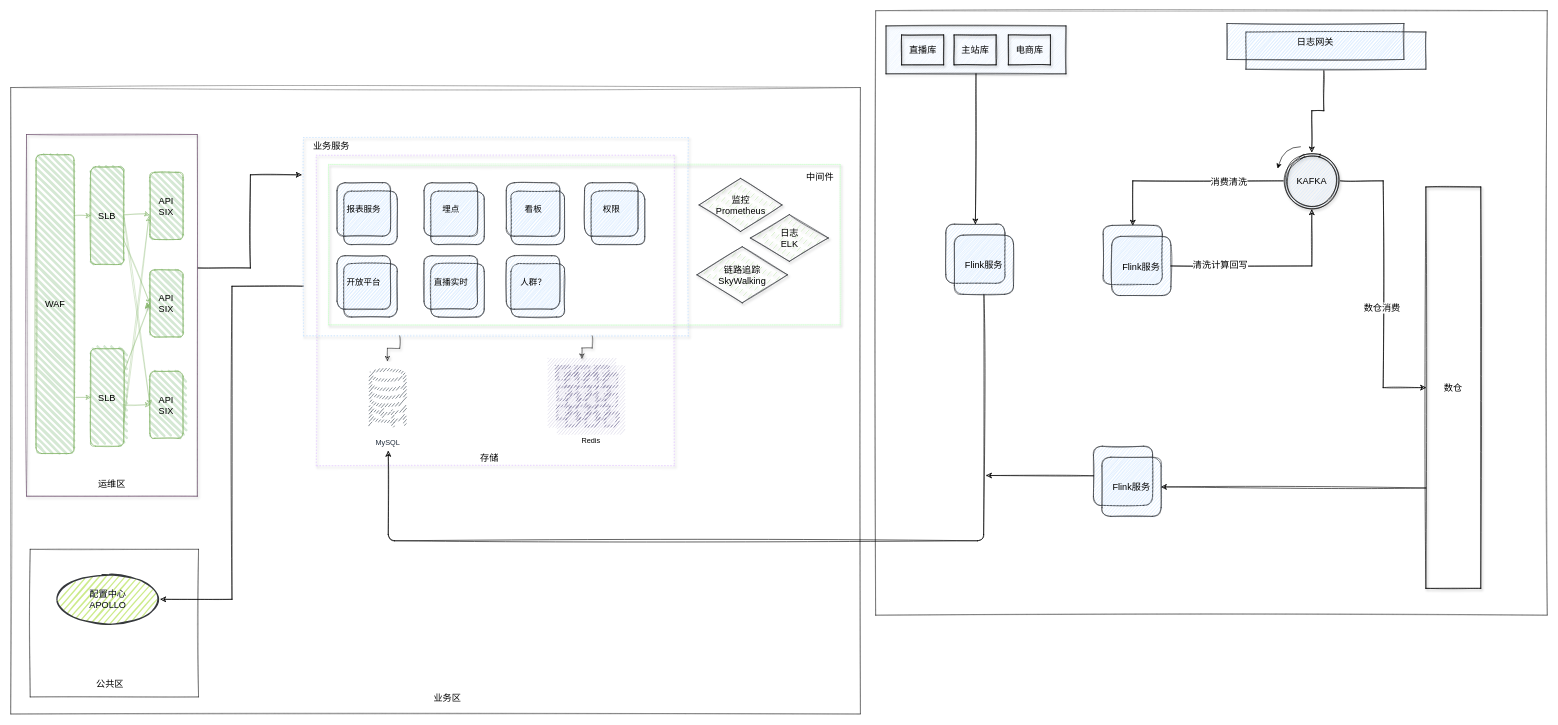
Earlier version of the draw.io diagram 数据线架构图.drawio (okhanyu/drawio). Source tidied: cells renumbered, new cells numbered last; positions are measured from the earlier drawing's top-left corner, leaving out a move shared by most shapes. Both pictures are drawn from the tidied source at 61%, with x=0, y=0 at pixel (10, 10).
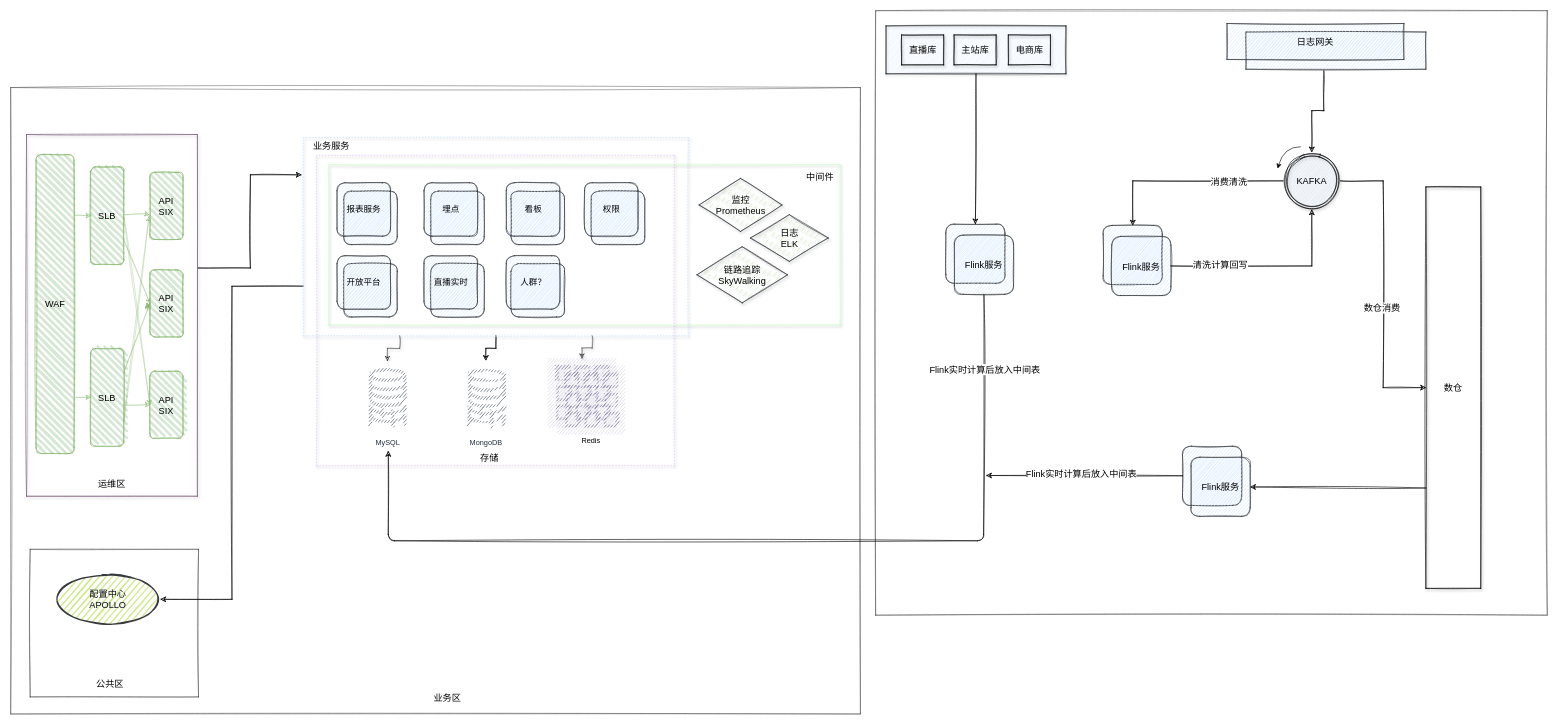
The same page after the edit.

Commit message (it also covers changes not shown here):
更新数据线架构图.drawio

Unchanged cells that the change refers to:
```xml
<mxCell id="11" style="rounded=0;whiteSpace=wrap;html=1;shadow=1;sketch=1;fillColor=none;fontSize=14;dashed=1;perimeterSpacing=0;strokeWidth=1;dashPattern=1 4;strokeColor=#CCE5FF;" parent="1" vertex="1">
  <mxGeometry x="480" y="208" width="631" height="325" as="geometry" />
</mxCell>
<mxCell id="69" style="endArrow=classic;html=1;shadow=0;fontSize=15;strokeWidth=1;exitX=0.5;exitY=1;exitDx=0;exitDy=0;sketch=1;" parent="1" edge="1" source="82">
  <mxGeometry relative="1" as="geometry">
    <mxPoint x="619" y="722" as="targetPoint" />
    <Array as="points">
      <mxPoint x="1595" y="869" />
      <mxPoint x="619" y="869" />
    </Array>
  </mxGeometry>
</mxCell>
<mxCell id="86" style="edgeStyle=none;rounded=0;sketch=1;jettySize=auto;html=1;exitX=0;exitY=0.5;exitDx=0;exitDy=0;shadow=0;fontSize=15;strokeWidth=1;" parent="1" edge="1" source="84">
  <mxGeometry relative="1" as="geometry">
    <mxPoint x="1599.3" y="762" as="targetPoint" />
  </mxGeometry>
</mxCell>
```

The edit, as a diff of the source:
```diff
@@
+    <mxCell id="87" style="edgeStyle=orthogonalEdgeStyle;rounded=0;sketch=1;jettySize=auto;html=1;exitX=0.5;exitY=1;exitDx=0;exitDy=0;shadow=0;fontSize=15;strokeWidth=1;" parent="1" edge="1" source="11" target="90">
+      <mxGeometry relative="1" as="geometry" />
+    </mxCell>
@@
+    <mxCell id="88" value="Flink实时计算后放入中间表" style="edgeLabel;html=1;align=center;verticalAlign=middle;fontSize=15;" parent="69" vertex="1">
+      <mxGeometry x="-0.84" y="1" relative="1" as="geometry" />
+    </mxCell>
@@
     <mxCell id="83" style="group;" parent="1" vertex="1">
-      <mxGeometry x="1775" y="714" width="111" height="115" as="geometry" />
+      <mxGeometry x="1921" y="714" width="111" height="115" as="geometry" />
     </mxCell>
@@
+    <mxCell id="89" value="Flink实时计算后放入中间表" style="edgeLabel;html=1;align=center;verticalAlign=middle;fontSize=15;" parent="86" vertex="1">
+      <mxGeometry x="-0.17" y="-5" relative="1" as="geometry">
+        <mxPoint x="-33" y="1" as="offset" />
+      </mxGeometry>
+    </mxCell>
+    <mxCell id="90" value="MongoDB" style="outlineConnect=0;fontColor=#232F3E;gradientColor=none;strokeColor=#232F3E;fillColor=#ffffff;dashed=0;verticalLabelPosition=bottom;verticalAlign=top;align=center;html=1;fontSize=12;fontStyle=0;shape=mxgraph.aws4.resourceIcon;resIcon=mxgraph.aws4.database_migration_workflow_job;shadow=0;glass=0;dashPattern=1 2;sketch=1;" parent="1" vertex="1">
+      <mxGeometry x="719" y="574" width="120" height="120" as="geometry" />
+    </mxCell>
```
